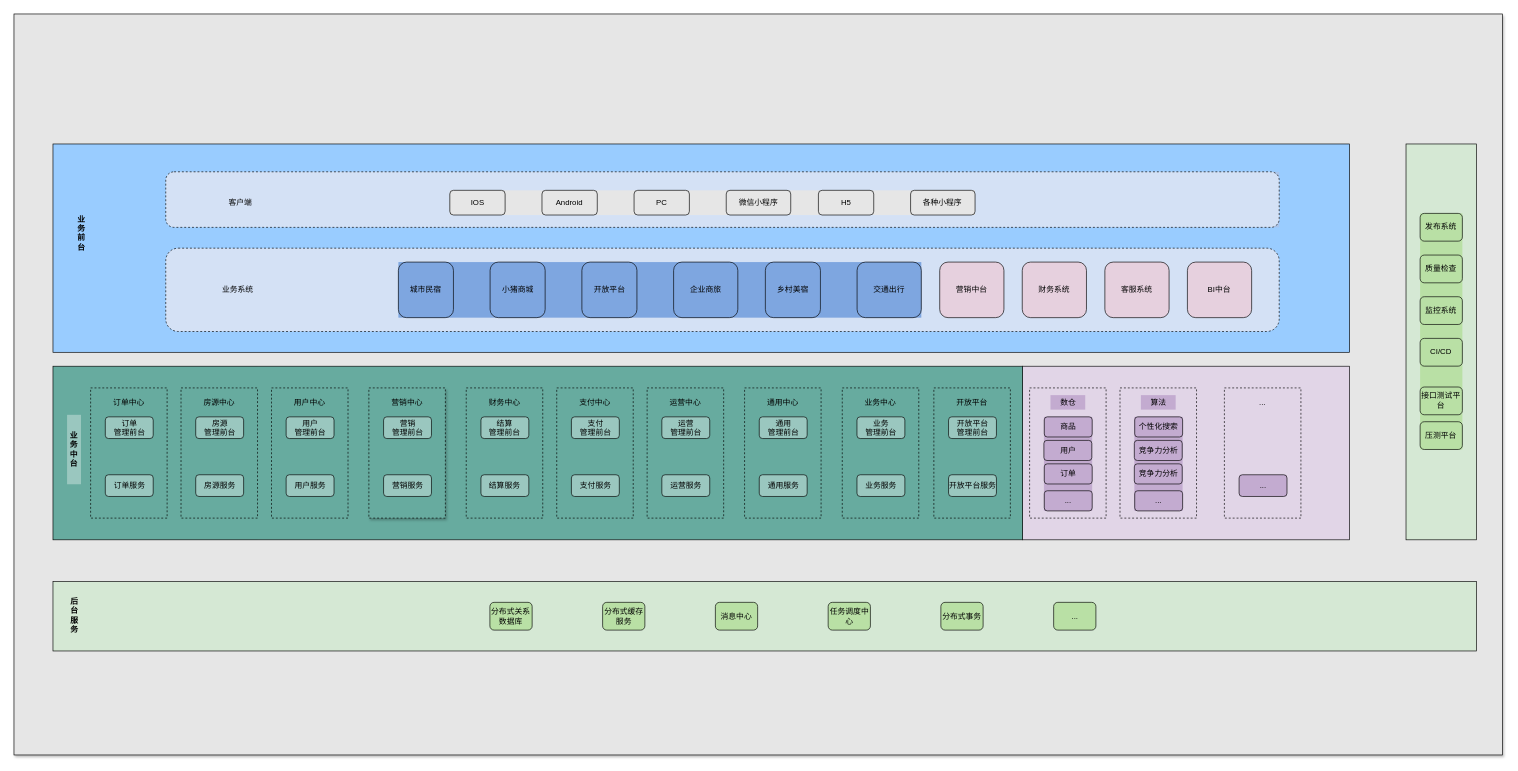
This is 业务架构全景图.drawio from stern-hcg/draw.io, a draw.io file, before an edit. Source tidied: cells renumbered, new cells numbered last; positions are measured from the earlier drawing's top-left corner, leaving out a move shared by most shapes. Both pictures are drawn from the tidied source at 65%, with x=0, y=0 at pixel (14, 14).
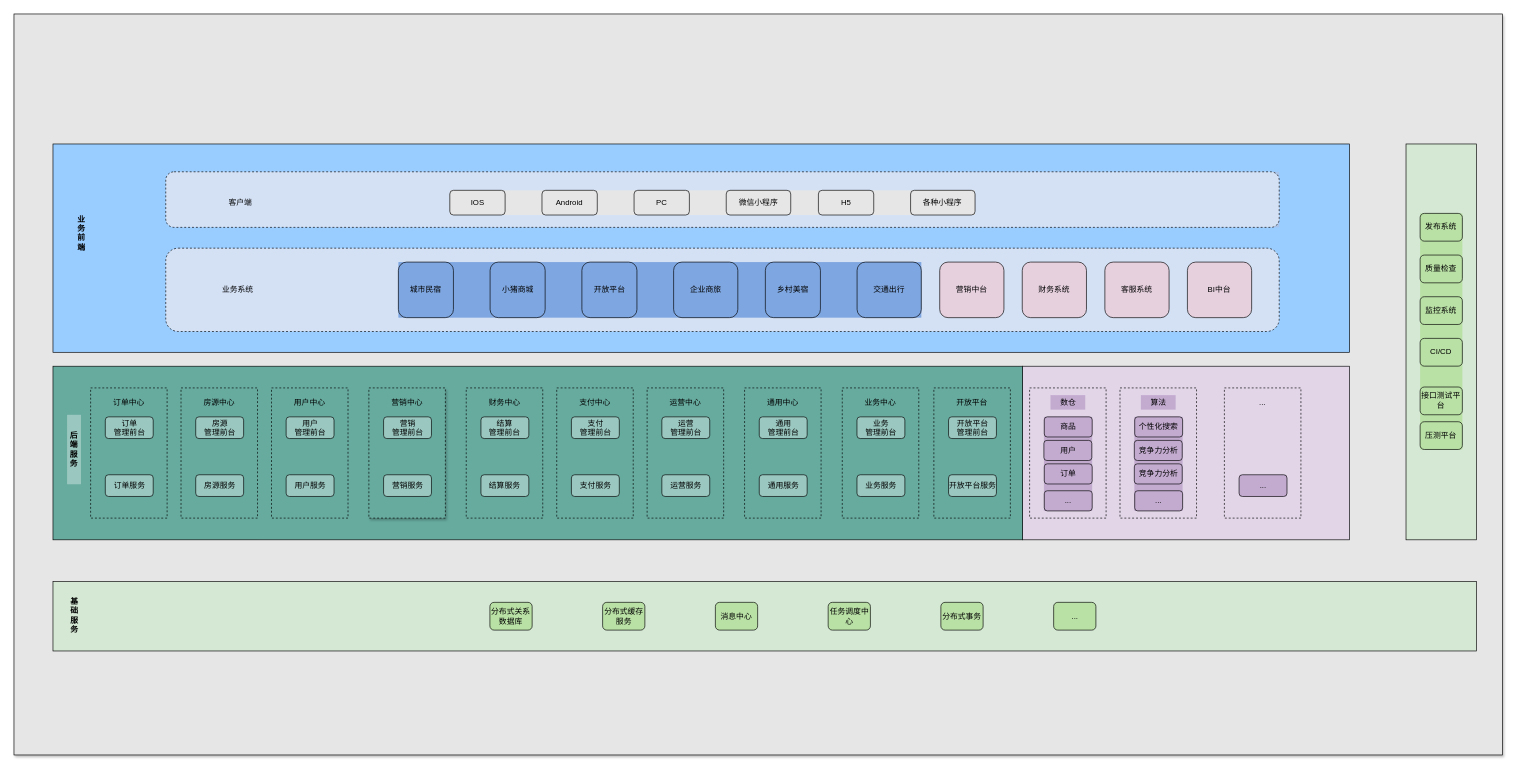
The same diagram, later.

Commit message:
Update 业务架构全景图.drawio

The change refers to these unchanged cells:
```xml
<mxCell id="3" style="group;" parent="1" vertex="1">
  <mxGeometry x="60" y="200" width="2190" height="780" as="geometry" />
</mxCell>
<mxCell id="14" style="group;fillColor=#D4E1F5;" parent="13" vertex="1">
  <mxGeometry width="1615.4" height="299.2" as="geometry" />
</mxCell>
```

Change to the diagram source:
```diff
@@
-    <mxCell id="25" value="&lt;b&gt;业务前台&lt;/b&gt;" style="text;html=1;strokeColor=none;fillColor=none;align=center;verticalAlign=middle;whiteSpace=wrap;rounded=0;" parent="14" vertex="1">
+    <mxCell id="25" value="&lt;b&gt;业务前端&lt;/b&gt;" style="text;html=1;strokeColor=none;fillColor=none;align=center;verticalAlign=middle;whiteSpace=wrap;rounded=0;" parent="14" vertex="1">
       <mxGeometry x="-346.9" y="64.1" width="21.7" height="102.6" as="geometry" />
     </mxCell>
@@
-    <mxCell id="39" value="&lt;b&gt;后台服务&lt;/b&gt;" style="text;html=1;strokeColor=none;fillColor=none;align=center;verticalAlign=middle;whiteSpace=wrap;rounded=0;" parent="3" vertex="1">
+    <mxCell id="39" value="&lt;b&gt;基础服务&lt;/b&gt;" style="text;html=1;strokeColor=none;fillColor=none;align=center;verticalAlign=middle;whiteSpace=wrap;rounded=0;" parent="3" vertex="1">
       <mxGeometry x="21.7" y="673.2" width="21.7" height="102.6" as="geometry" />
     </mxCell>
@@
-    <mxCell id="100" value="&lt;b&gt;业务中台&lt;/b&gt;" style="text;html=1;strokeColor=none;fillColor=#9AC7BF;align=center;verticalAlign=middle;whiteSpace=wrap;rounded=0;" parent="3" vertex="1">
+    <mxCell id="100" value="&lt;b&gt;后端服务&lt;/b&gt;" style="text;html=1;strokeColor=none;fillColor=#9AC7BF;align=center;verticalAlign=middle;whiteSpace=wrap;rounded=0;" parent="3" vertex="1">
       <mxGeometry x="21.7" y="416.7" width="21.4" height="106.8" as="geometry" />
     </mxCell>
```
